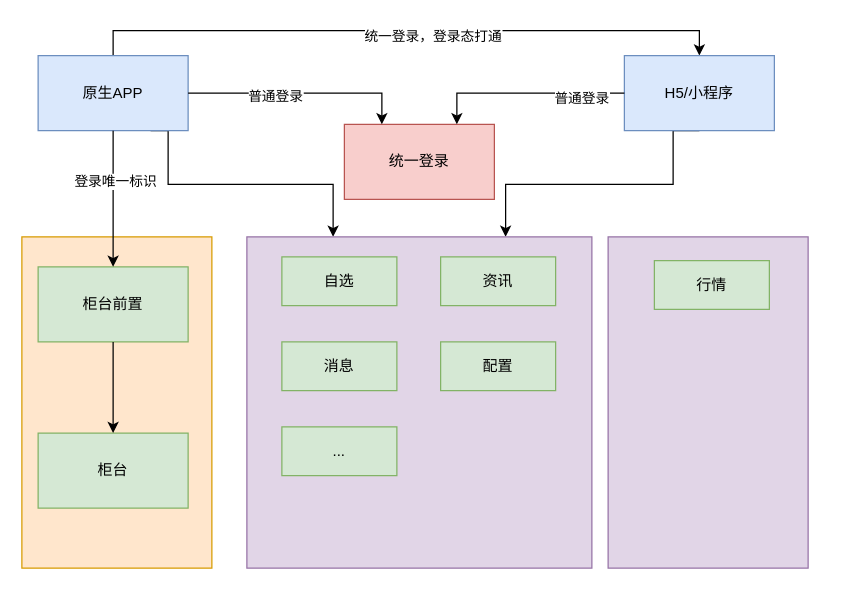
The draw.io diagram hk交互图.drawio in WindRain20140210/files-ArchitectureDiagram, before the edit. Source tidied: cells renumbered, new cells numbered last; positions are measured from the earlier drawing's top-left corner, leaving out a move shared by most shapes. Both pictures are drawn from the tidied source at 125%, with x=0, y=0 at pixel (21, 55).
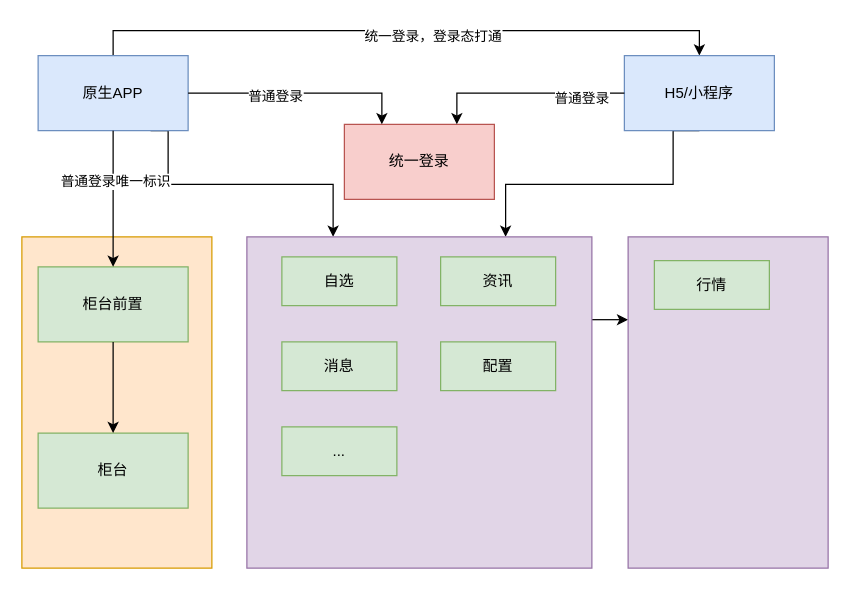
The same diagram, later.

Unchanged cells that the change refers to:
```xml
<mxCell id="11" style="edgeStyle=orthogonalEdgeStyle;rounded=0;jettySize=auto;html=1;exitX=0.5;exitY=1;exitDx=0;exitDy=0;" parent="1" edge="1" source="5" target="9">
  <mxGeometry relative="1" as="geometry" />
</mxCell>
<mxCell id="14" style="rounded=0;whiteSpace=wrap;html=1;fillColor=#e1d5e7;strokeColor=#9673a6;" parent="1" vertex="1">
  <mxGeometry x="180" y="145" width="276" height="265" as="geometry" />
</mxCell>
```

What changed in the source:
```diff
@@
-    <mxCell id="12" value="登录唯一标识" style="edgeLabel;html=1;align=center;verticalAlign=middle;" parent="11" vertex="1">
+    <mxCell id="12" value="普通登录唯一标识" style="edgeLabel;html=1;align=center;verticalAlign=middle;" parent="11" vertex="1">
       <mxGeometry x="-0.27" y="1" relative="1" as="geometry" />
     </mxCell>
@@
+    <mxCell id="27" style="edgeStyle=orthogonalEdgeStyle;rounded=0;jettySize=auto;html=1;exitX=1;exitY=0.25;exitDx=0;exitDy=0;entryX=0;entryY=0.25;entryDx=0;entryDy=0;" parent="1" edge="1" source="14" target="24">
+      <mxGeometry relative="1" as="geometry" />
+    </mxCell>
@@
     <mxCell id="24" style="rounded=0;whiteSpace=wrap;html=1;fillColor=#e1d5e7;strokeColor=#9673a6;" parent="1" vertex="1">
-      <mxGeometry x="469" y="145" width="160" height="265" as="geometry" />
+      <mxGeometry x="485" y="145" width="160" height="265" as="geometry" />
     </mxCell>
```
